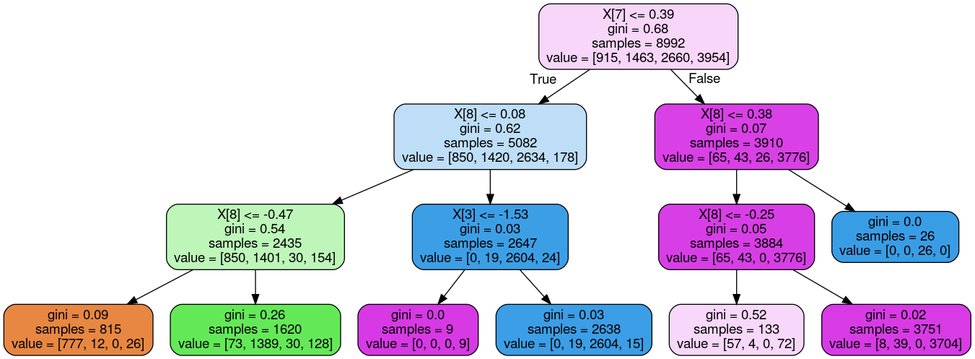
Above: tree.png in ericaltenburg/TXStateREU (Graphviz), before the change. Its source is kept beside it as tree.dot.
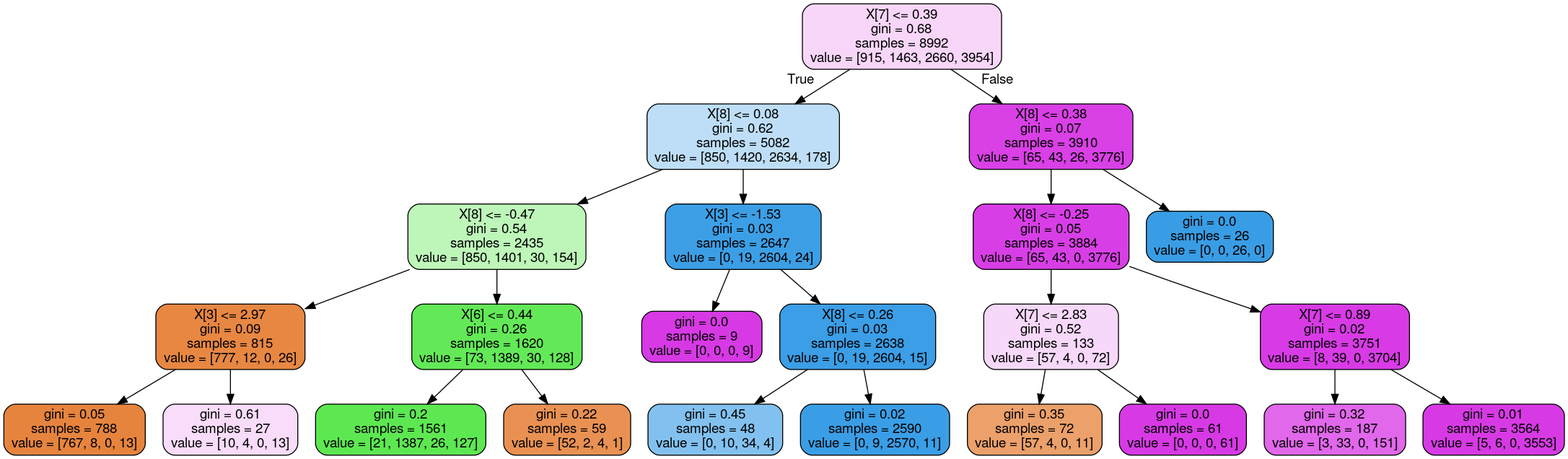
After the change.

Commit message:
Change the depth of tree to be 4 to change png for paper.

Diff of the diagram source:
```diff
@@ -6,24 +6,44 @@
 0 -> 1 [labeldistance=2.5, labelangle=45, headlabel="True"] ;
 2 [label="X[8] <= -0.47\ngini = 0.54\nsamples = 2435\nvalue = [850, 1401, 30, 154]", fillcolor="#47e53959"] ;
 1 -> 2 ;
-3 [label="gini = 0.09\nsamples = 815\nvalue = [777, 12, 0, 26]", fillcolor="#e58139f3"] ;
+3 [label="X[3] <= 2.97\ngini = 0.09\nsamples = 815\nvalue = [777, 12, 0, 26]", fillcolor="#e58139f3"] ;
 2 -> 3 ;
-4 [label="gini = 0.26\nsamples = 1620\nvalue = [73, 1389, 30, 128]", fillcolor="#47e539d8"] ;
-2 -> 4 ;
-5 [label="X[3] <= -1.53\ngini = 0.03\nsamples = 2647\nvalue = [0, 19, 2604, 24]", fillcolor="#399de5fb"] ;
-1 -> 5 ;
-6 [label="gini = 0.0\nsamples = 9\nvalue = [0, 0, 0, 9]", fillcolor="#d739e5ff"] ;
-5 -> 6 ;
-7 [label="gini = 0.03\nsamples = 2638\nvalue = [0, 19, 2604, 15]", fillcolor="#399de5fc"] ;
-5 -> 7 ;
-8 [label="X[8] <= 0.38\ngini = 0.07\nsamples = 3910\nvalue = [65, 43, 26, 3776]", fillcolor="#d739e5f6"] ;
-0 -> 8 [labeldistance=2.5, labelangle=-45, headlabel="False"] ;
-9 [label="X[8] <= -0.25\ngini = 0.05\nsamples = 3884\nvalue = [65, 43, 0, 3776]", fillcolor="#d739e5f8"] ;
-8 -> 9 ;
-10 [label="gini = 0.52\nsamples = 133\nvalue = [57, 4, 0, 72]", fillcolor="#d739e532"] ;
+4 [label="gini = 0.05\nsamples = 788\nvalue = [767, 8, 0, 13]", fillcolor="#e58139f8"] ;
+3 -> 4 ;
+5 [label="gini = 0.61\nsamples = 27\nvalue = [10, 4, 0, 13]", fillcolor="#d739e52d"] ;
+3 -> 5 ;
+6 [label="X[6] <= 0.44\ngini = 0.26\nsamples = 1620\nvalue = [73, 1389, 30, 128]", fillcolor="#47e539d8"] ;
+2 -> 6 ;
+7 [label="gini = 0.2\nsamples = 1561\nvalue = [21, 1387, 26, 127]", fillcolor="#47e539e0"] ;
+6 -> 7 ;
+8 [label="gini = 0.22\nsamples = 59\nvalue = [52, 2, 4, 1]", fillcolor="#e58139df"] ;
+6 -> 8 ;
+9 [label="X[3] <= -1.53\ngini = 0.03\nsamples = 2647\nvalue = [0, 19, 2604, 24]", fillcolor="#399de5fb"] ;
+1 -> 9 ;
+10 [label="gini = 0.0\nsamples = 9\nvalue = [0, 0, 0, 9]", fillcolor="#d739e5ff"] ;
 9 -> 10 ;
-11 [label="gini = 0.02\nsamples = 3751\nvalue = [8, 39, 0, 3704]", fillcolor="#d739e5fc"] ;
+11 [label="X[8] <= 0.26\ngini = 0.03\nsamples = 2638\nvalue = [0, 19, 2604, 15]", fillcolor="#399de5fc"] ;
 9 -> 11 ;
-12 [label="gini = 0.0\nsamples = 26\nvalue = [0, 0, 26, 0]", fillcolor="#399de5ff"] ;
-8 -> 12 ;
+12 [label="gini = 0.45\nsamples = 48\nvalue = [0, 10, 34, 4]", fillcolor="#399de5a1"] ;
+11 -> 12 ;
+13 [label="gini = 0.02\nsamples = 2590\nvalue = [0, 9, 2570, 11]", fillcolor="#399de5fd"] ;
+11 -> 13 ;
+14 [label="X[8] <= 0.38\ngini = 0.07\nsamples = 3910\nvalue = [65, 43, 26, 3776]", fillcolor="#d739e5f6"] ;
+0 -> 14 [labeldistance=2.5, labelangle=-45, headlabel="False"] ;
+15 [label="X[8] <= -0.25\ngini = 0.05\nsamples = 3884\nvalue = [65, 43, 0, 3776]", fillcolor="#d739e5f8"] ;
+14 -> 15 ;
+16 [label="X[7] <= 2.83\ngini = 0.52\nsamples = 133\nvalue = [57, 4, 0, 72]", fillcolor="#d739e532"] ;
+15 -> 16 ;
+17 [label="gini = 0.35\nsamples = 72\nvalue = [57, 4, 0, 11]", fillcolor="#e58139c0"] ;
+16 -> 17 ;
+18 [label="gini = 0.0\nsamples = 61\nvalue = [0, 0, 0, 61]", fillcolor="#d739e5ff"] ;
+16 -> 18 ;
+19 [label="X[7] <= 0.89\ngini = 0.02\nsamples = 3751\nvalue = [8, 39, 0, 3704]", fillcolor="#d739e5fc"] ;
+15 -> 19 ;
+20 [label="gini = 0.32\nsamples = 187\nvalue = [3, 33, 0, 151]", fillcolor="#d739e5c3"] ;
+19 -> 20 ;
+21 [label="gini = 0.01\nsamples = 3564\nvalue = [5, 6, 0, 3553]", fillcolor="#d739e5fe"] ;
+19 -> 21 ;
+22 [label="gini = 0.0\nsamples = 26\nvalue = [0, 0, 26, 0]", fillcolor="#399de5ff"] ;
+14 -> 22 ;
 }
```
